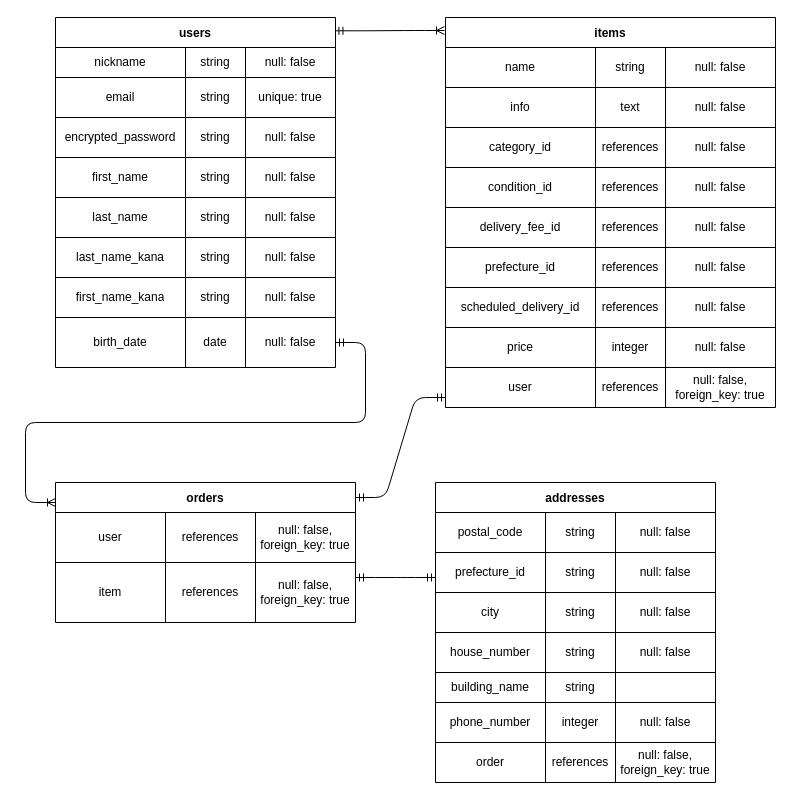
shunpikun/furima-36852 keeps this draw.io diagram as furima.dio. Above is the earlier version. Source tidied: cells renumbered, new cells numbered last; positions are measured from the earlier drawing's top-left corner, leaving out a move shared by most shapes. Both pictures are drawn from the tidied source at 100%, with x=0, y=0 at pixel (55, 17).
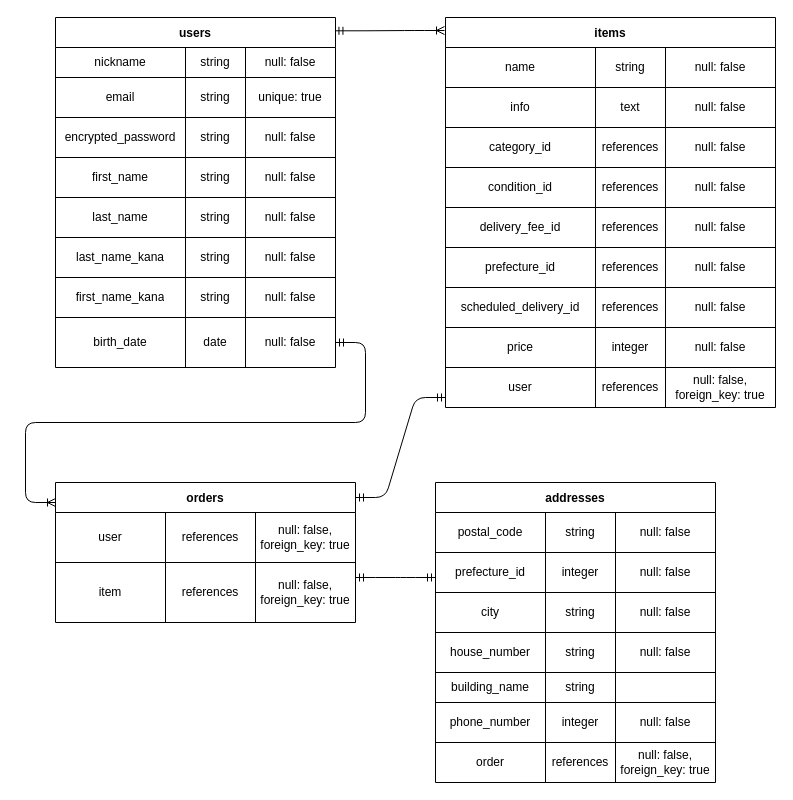
The same diagram, later.

The change refers to these unchanged cells:
```xml
<mxCell id="78" style="shape=partialRectangle;html=1;whiteSpace=wrap;fillColor=none;top=0;left=0;bottom=0;right=0;" parent="73" vertex="1">
  <mxGeometry y="70" width="280" height="40" as="geometry" />
</mxCell>
```

Diff of the diagram source:
```diff
@@
-    <mxCell id="80" value="string" style="shape=partialRectangle;html=1;whiteSpace=wrap;fillColor=none;top=0;left=0;bottom=0;right=0;overflow=hidden;" parent="78" vertex="1">
+    <mxCell id="80" value="integer" style="shape=partialRectangle;html=1;whiteSpace=wrap;fillColor=none;top=0;left=0;bottom=0;right=0;overflow=hidden;" parent="78" vertex="1">
       <mxGeometry x="110" width="70" height="40" as="geometry" />
     </mxCell>
```
